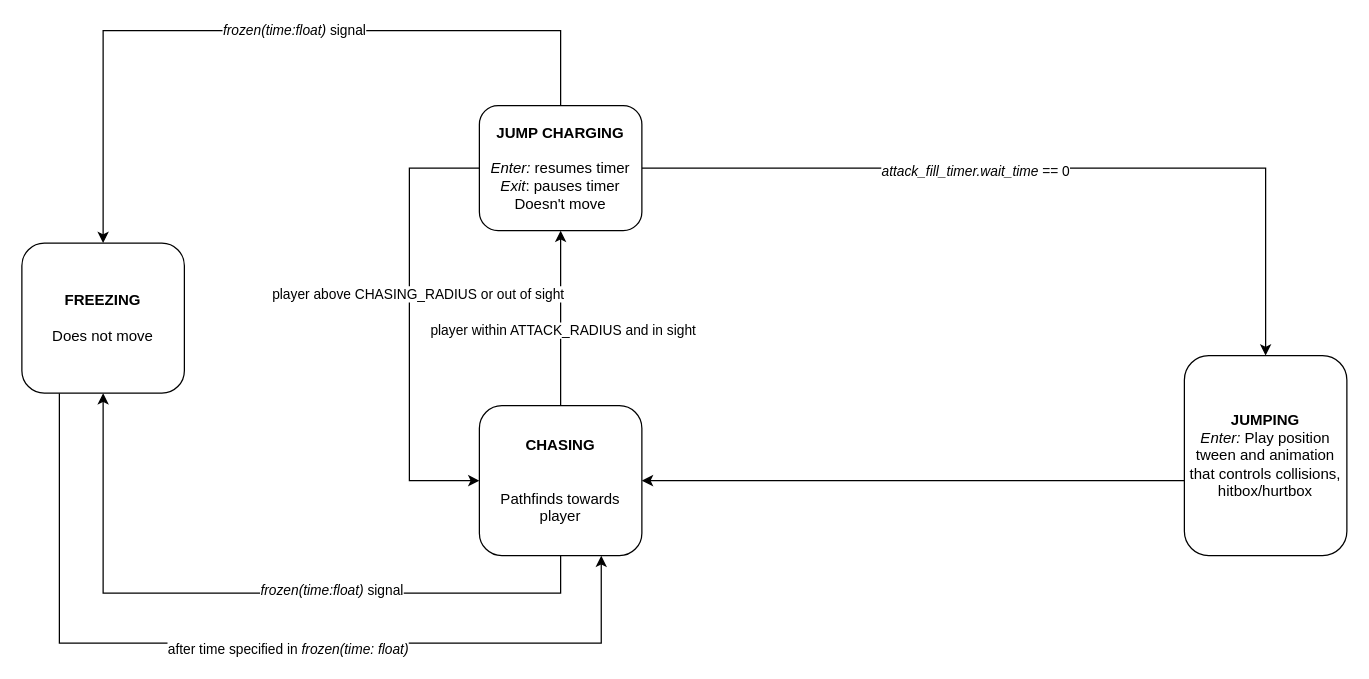
LimZiJia/SurviveTheSemester keeps this draw.io diagram as scenes/game_object/printer/printer_paper_states.drawio. Above is the earlier version. Source tidied: cells renumbered, new cells numbered last; positions are measured from the earlier drawing's top-left corner, leaving out a move shared by most shapes. Both pictures are drawn from the tidied source at 125%, with x=0, y=0 at pixel (21, 30).
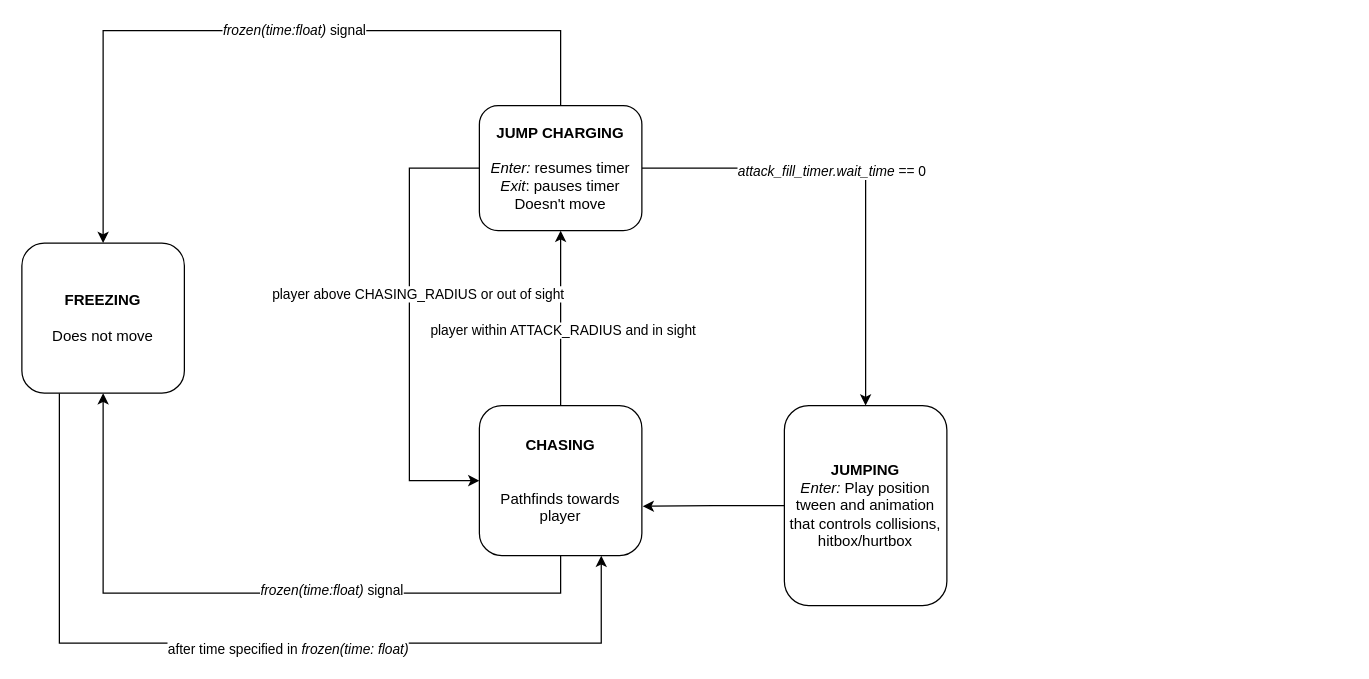
The same diagram, later.

Commit message (it also covers changes not shown here):
Fixed small bugs and added more diagrams

The change refers to these unchanged cells:
```xml
<mxCell id="6" value="&lt;b&gt;CHASING&lt;/b&gt;&lt;br&gt;&lt;br&gt;&lt;br&gt;Pathfinds towards player" style="rounded=1;whiteSpace=wrap;html=1;fontSize=12;glass=0;strokeWidth=1;shadow=0;" parent="1" vertex="1">
  <mxGeometry x="366" y="300" width="130" height="120" as="geometry" />
</mxCell>
```

What changed in the source:
```diff
@@
-    <mxCell id="7" style="edgeStyle=orthogonalEdgeStyle;rounded=0;jettySize=auto;html=1;entryX=1;entryY=0.5;entryDx=0;entryDy=0;" parent="1" edge="1" source="8" target="6">
-      <mxGeometry relative="1" as="geometry">
-        <Array as="points">
-          <mxPoint x="995" y="360" />
-        </Array>
-      </mxGeometry>
+    <mxCell id="7" style="edgeStyle=orthogonalEdgeStyle;rounded=0;jettySize=auto;html=1;entryX=1.005;entryY=0.671;entryDx=0;entryDy=0;entryPerimeter=0;" parent="1" edge="1" source="8" target="6">
+      <mxGeometry relative="1" as="geometry" />
     </mxCell>
     <mxCell id="8" value="JUMPING&lt;br&gt;&lt;i style=&quot;font-weight: normal;&quot;&gt;Enter: &lt;/i&gt;&lt;span style=&quot;font-weight: normal;&quot;&gt;Play position tween and animation that controls collisions, hitbox/hurtbox&lt;/span&gt;" style="rounded=1;whiteSpace=wrap;html=1;fontSize=12;glass=0;strokeWidth=1;shadow=0;fontStyle=1;" parent="1" vertex="1">
-      <mxGeometry x="930" y="260" width="130" height="160" as="geometry" />
+      <mxGeometry x="610" y="300" width="130" height="160" as="geometry" />
     </mxCell>
```
